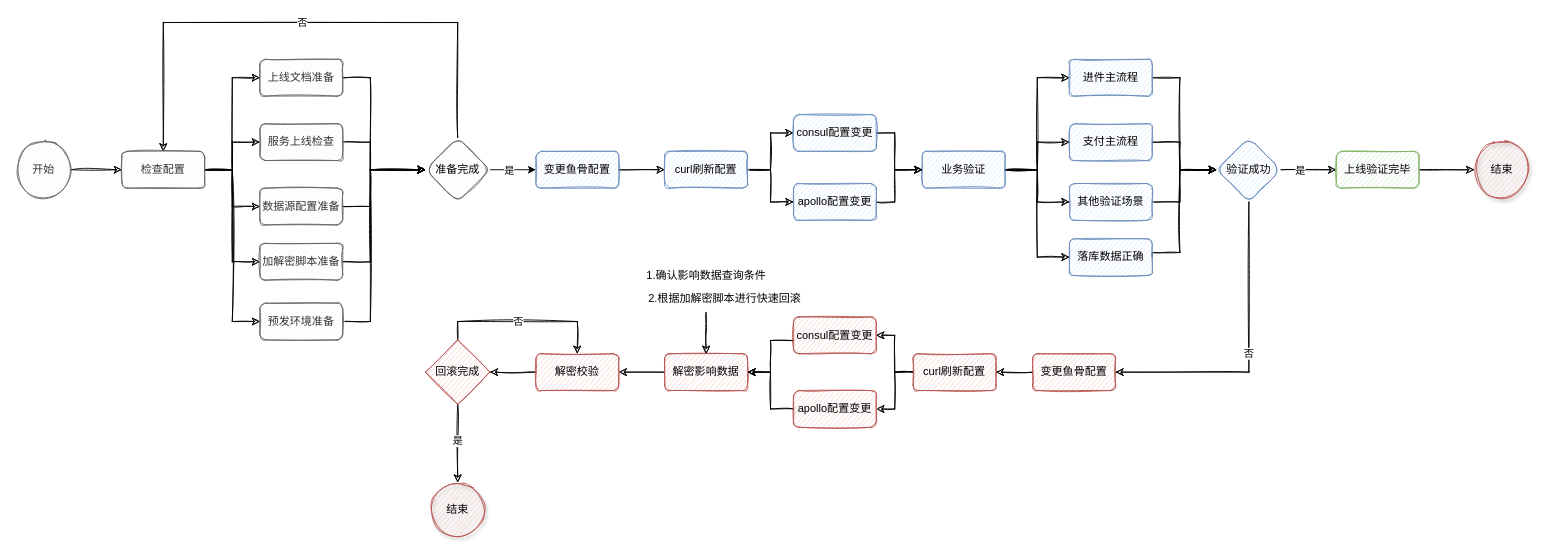
Earlier version of the draw.io diagram page "第 2 页" (2 of 2) of 日常画图草稿板.drawio (ccoderJava/draw-diagrams). Source tidied: cells renumbered, new cells numbered last; positions are measured from the earlier drawing's top-left corner, leaving out a move shared by most shapes. Both pictures are drawn from the tidied source at 92%, with x=0, y=0 at pixel (16, 22).
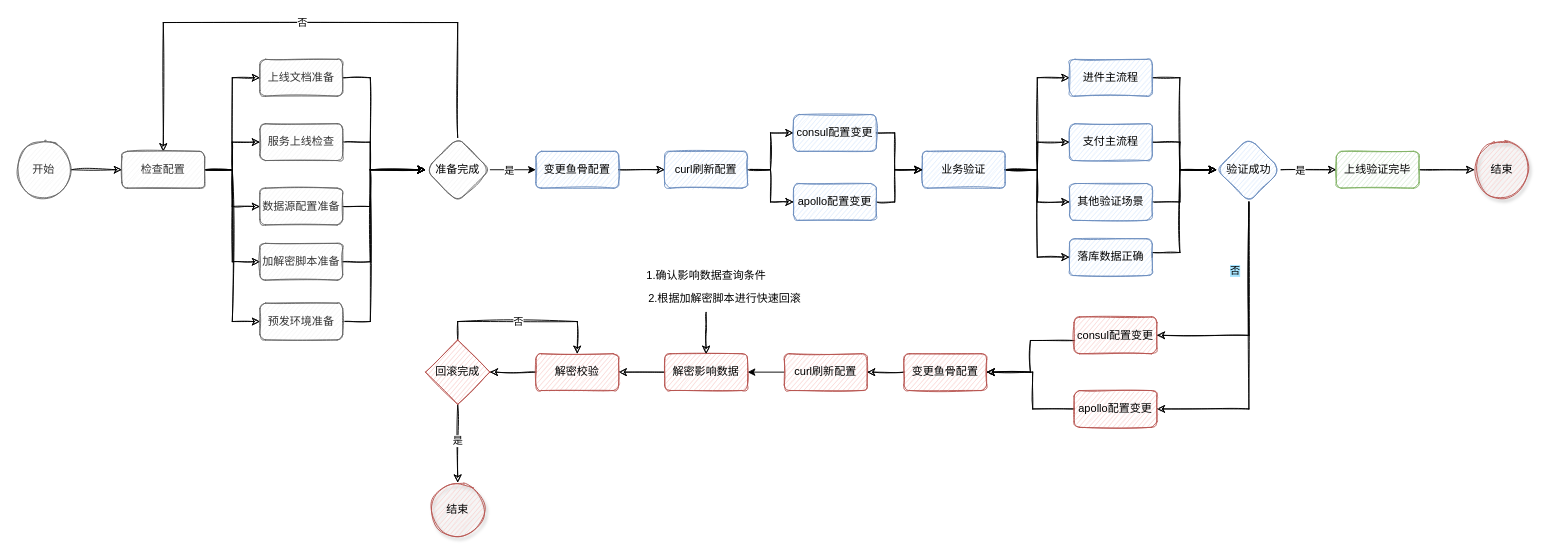
Above is the later version.

Commit message:
更新日常画图草稿板.drawio

The change refers to these unchanged cells:
```xml
<mxCell id="39" value="验证成功" style="rhombus;whiteSpace=wrap;fillColor=#dae8fc;strokeColor=#6c8ebf;labelBorderColor=none;html=1;sketch=1;shadow=0;rounded=1;" parent="1" vertex="1">
  <mxGeometry x="1305" y="125" width="70" height="70" as="geometry" />
</mxCell>
<mxCell id="47" value="解密影响数据" style="rounded=1;whiteSpace=wrap;fillColor=#f8cecc;strokeColor=#b85450;labelBorderColor=none;html=1;sketch=1;shadow=0;" parent="1" vertex="1">
  <mxGeometry x="705" y="360" width="90" height="40" as="geometry" />
</mxCell>
```

The edit, as a diff of the source:
```diff
@@
-    <mxCell id="36" value="否" style="edgeStyle=orthogonalEdgeStyle;rounded=0;jettySize=auto;exitX=0.5;exitY=1;exitDx=0;exitDy=0;entryX=1;entryY=0.5;entryDx=0;entryDy=0;labelBorderColor=none;html=1;sketch=1;" parent="1" edge="1" source="39" target="42">
-      <mxGeometry relative="1" as="geometry" />
-    </mxCell>
@@
     <mxCell id="42" value="变更鱼骨配置" style="rounded=1;whiteSpace=wrap;fillColor=#f8cecc;strokeColor=#b85450;labelBorderColor=none;html=1;sketch=1;shadow=0;" parent="1" vertex="1">
-      <mxGeometry x="1105" y="360" width="90" height="40" as="geometry" />
+      <mxGeometry x="965" y="360" width="90" height="40" as="geometry" />
     </mxCell>
-    <mxCell id="43" style="edgeStyle=orthogonalEdgeStyle;rounded=0;sketch=1;jettySize=auto;html=1;exitX=0;exitY=0.5;exitDx=0;exitDy=0;entryX=1;entryY=0.5;entryDx=0;entryDy=0;shadow=0;labelBackgroundColor=#A8E5FF;labelBorderColor=none;" parent="1" edge="1" source="45" target="66">
-      <mxGeometry relative="1" as="geometry" />
-    </mxCell>
-    <mxCell id="44" style="edgeStyle=orthogonalEdgeStyle;rounded=0;sketch=1;jettySize=auto;html=1;exitX=0;exitY=0.5;exitDx=0;exitDy=0;entryX=1;entryY=0.5;entryDx=0;entryDy=0;shadow=0;labelBackgroundColor=#A8E5FF;labelBorderColor=none;" parent="1" edge="1" source="45" target="68">
-      <mxGeometry relative="1" as="geometry" />
-    </mxCell>
+    <mxCell id="79" style="edgeStyle=orthogonalEdgeStyle;rounded=0;jettySize=auto;html=1;exitX=0;exitY=0.5;exitDx=0;exitDy=0;entryX=1;entryY=0.5;entryDx=0;entryDy=0;" parent="1" edge="1" source="45" target="47">
+      <mxGeometry relative="1" as="geometry" />
+    </mxCell>
     <mxCell id="45" value="curl刷新配置" style="rounded=1;whiteSpace=wrap;fillColor=#f8cecc;strokeColor=#b85450;labelBorderColor=none;html=1;sketch=1;shadow=0;" parent="1" vertex="1">
-      <mxGeometry x="975" y="360" width="90" height="40" as="geometry" />
+      <mxGeometry x="835" y="360" width="90" height="40" as="geometry" />
     </mxCell>
@@
-    <mxCell id="62" style="edgeStyle=orthogonalEdgeStyle;rounded=0;sketch=1;jettySize=auto;html=1;exitX=0.002;exitY=0.641;exitDx=0;exitDy=0;entryX=1;entryY=0.5;entryDx=0;entryDy=0;shadow=0;labelBackgroundColor=#A8E5FF;labelBorderColor=none;exitPerimeter=0;" parent="1" edge="1" source="66" target="47">
-      <mxGeometry relative="1" as="geometry" />
-    </mxCell>
@@
-    <mxCell id="66" value="consul配置变更" style="rounded=1;whiteSpace=wrap;fillColor=#f8cecc;strokeColor=#b85450;labelBorderColor=none;html=1;sketch=1;shadow=0;" parent="1" vertex="1">
-      <mxGeometry x="845" y="320" width="90" height="40" as="geometry" />
-    </mxCell>
-    <mxCell id="67" style="edgeStyle=orthogonalEdgeStyle;rounded=0;sketch=1;jettySize=auto;html=1;exitX=0;exitY=0.5;exitDx=0;exitDy=0;entryX=1;entryY=0.5;entryDx=0;entryDy=0;shadow=0;labelBackgroundColor=#A8E5FF;labelBorderColor=none;" parent="1" edge="1" source="68" target="47">
-      <mxGeometry relative="1" as="geometry" />
-    </mxCell>
-    <mxCell id="68" value="apollo配置变更" style="rounded=1;whiteSpace=wrap;fillColor=#f8cecc;strokeColor=#b85450;labelBorderColor=none;html=1;sketch=1;shadow=0;" parent="1" vertex="1">
-      <mxGeometry x="845" y="400" width="90" height="40" as="geometry" />
-    </mxCell>
@@
+    <mxCell id="80" style="edgeStyle=orthogonalEdgeStyle;rounded=0;sketch=1;jettySize=auto;html=1;exitX=0.5;exitY=1;exitDx=0;exitDy=0;entryX=1;entryY=0.5;entryDx=0;entryDy=0;shadow=0;labelBackgroundColor=#A8E5FF;labelBorderColor=none;" parent="1" edge="1" source="39" target="66">
+      <mxGeometry relative="1" as="geometry" />
+    </mxCell>
+    <mxCell id="36" value="否" style="edgeStyle=orthogonalEdgeStyle;rounded=0;sketch=1;jettySize=auto;html=1;exitX=0.5;exitY=1;exitDx=0;exitDy=0;entryX=1;entryY=0.5;entryDx=0;entryDy=0;shadow=0;labelBackgroundColor=#A8E5FF;labelBorderColor=none;" parent="1" edge="1" source="39" target="68">
+      <mxGeometry x="-0.54" y="-15" relative="1" as="geometry" />
+    </mxCell>
+    <mxCell id="81" style="edgeStyle=orthogonalEdgeStyle;rounded=0;sketch=1;jettySize=auto;html=1;exitX=0.002;exitY=0.641;exitDx=0;exitDy=0;entryX=1;entryY=0.5;entryDx=0;entryDy=0;shadow=0;labelBackgroundColor=#A8E5FF;labelBorderColor=none;exitPerimeter=0;" parent="1" edge="1" source="66" target="42">
+      <mxGeometry relative="1" as="geometry" />
+    </mxCell>
+    <mxCell id="66" value="consul配置变更" style="rounded=1;whiteSpace=wrap;fillColor=#f8cecc;strokeColor=#b85450;labelBorderColor=none;html=1;sketch=1;shadow=0;" parent="1" vertex="1">
+      <mxGeometry x="1150" y="320" width="90" height="40" as="geometry" />
+    </mxCell>
+    <mxCell id="82" style="edgeStyle=orthogonalEdgeStyle;rounded=0;sketch=1;jettySize=auto;html=1;exitX=0;exitY=0.5;exitDx=0;exitDy=0;shadow=0;labelBackgroundColor=#A8E5FF;labelBorderColor=none;" parent="1" edge="1" source="68">
+      <mxGeometry relative="1" as="geometry">
+        <mxPoint x="1055" y="380" as="targetPoint" />
+        <Array as="points">
+          <mxPoint x="1105" y="420" />
+          <mxPoint x="1105" y="380" />
+        </Array>
+      </mxGeometry>
+    </mxCell>
+    <mxCell id="68" value="apollo配置变更" style="rounded=1;whiteSpace=wrap;fillColor=#f8cecc;strokeColor=#b85450;labelBorderColor=none;html=1;sketch=1;shadow=0;" parent="1" vertex="1">
+      <mxGeometry x="1150" y="400" width="90" height="40" as="geometry" />
+    </mxCell>
```
